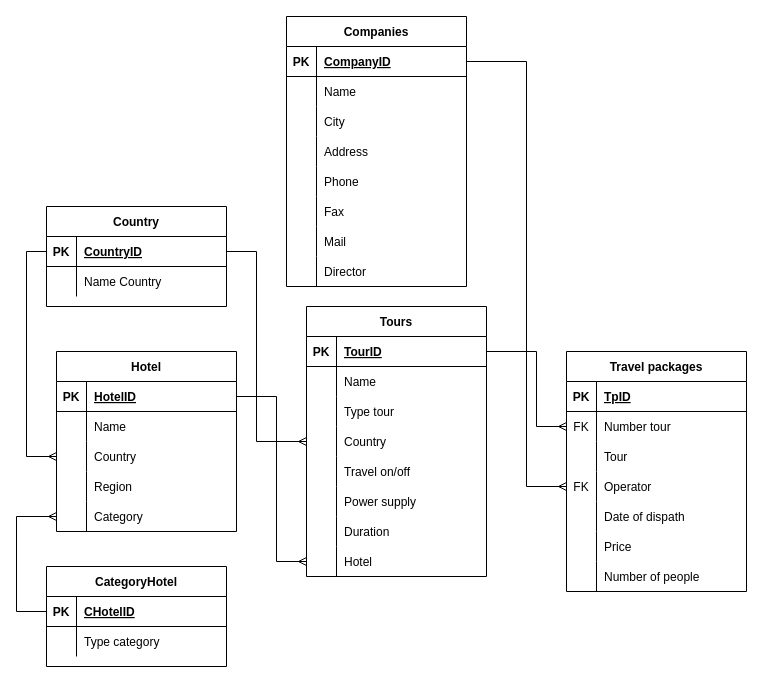
Above: page "Страница 1" (1 of 2) of er1.drawio in kpirap18/BMSTU-DB-sem5 (draw.io), before the change. Source tidied: cells renumbered, new cells numbered last; positions are measured from the earlier drawing's top-left corner, leaving out a move shared by most shapes. Both pictures are drawn from the tidied source at 100%, with x=0, y=0 at pixel (16, 16).
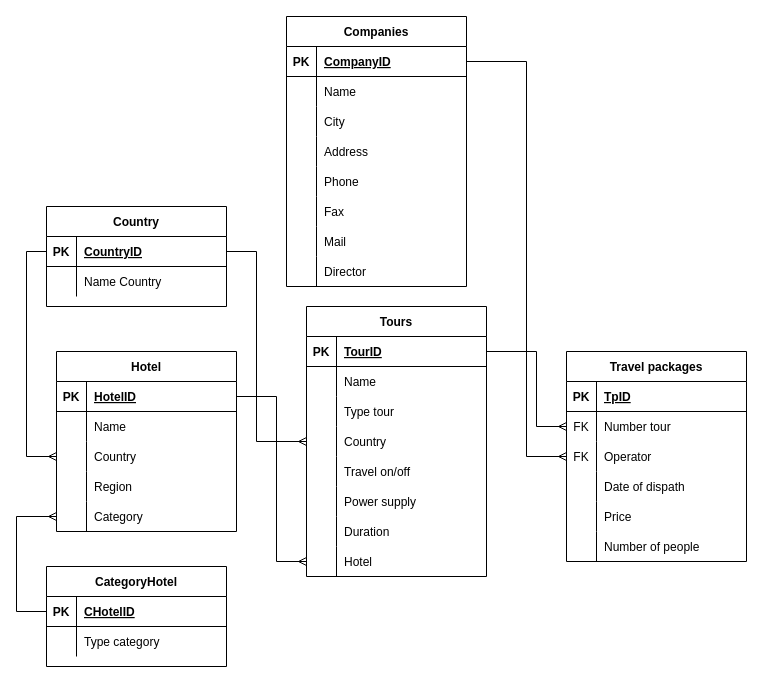
The same page after the edit.

The change refers to these unchanged cells:
```xml
<mxCell id="66" style="shape=partialRectangle;fillColor=none;top=0;left=0;bottom=1;right=0;points=[[0,0.5],[1,0.5]];portConstraint=eastwest;" parent="65" vertex="1">
  <mxGeometry y="30" width="180" height="30" as="geometry" />
</mxCell>
```

What changed in the source:
```diff
@@
     <mxCell id="43" value="Travel packages" style="shape=table;startSize=30;childLayout=tableLayout;rowLines=0;fontStyle=1;align=center;" parent="1" vertex="1">
-      <mxGeometry x="550" y="335" width="180" height="240" as="geometry" />
+      <mxGeometry x="550" y="335" width="180" height="210" as="geometry" />
     </mxCell>
@@
-    <mxCell id="50" style="shape=partialRectangle;fillColor=none;top=0;left=0;bottom=0;right=0;" parent="43" vertex="1">
-      <mxGeometry y="90" width="180" height="30" as="geometry" />
-    </mxCell>
-    <mxCell id="51" style="shape=partialRectangle;fillColor=none;top=0;left=0;bottom=0;right=0;overflow=hidden;" parent="50" vertex="1">
-      <mxGeometry width="30" height="30" as="geometry" />
-    </mxCell>
-    <mxCell id="52" value="Tour" style="shape=partialRectangle;fillColor=none;top=0;left=0;bottom=0;right=0;align=left;spacingLeft=6;overflow=hidden;" parent="50" vertex="1">
-      <mxGeometry x="30" width="150" height="30" as="geometry" />
-    </mxCell>
     <mxCell id="53" style="shape=partialRectangle;fillColor=none;top=0;left=0;bottom=0;right=0;points=[[0,0.5],[1,0.5]];portConstraint=eastwest;" parent="43" vertex="1">
-      <mxGeometry y="120" width="180" height="30" as="geometry" />
+      <mxGeometry y="90" width="180" height="30" as="geometry" />
     </mxCell>
@@
     <mxCell id="56" style="shape=partialRectangle;fillColor=none;top=0;left=0;bottom=0;right=0;" parent="43" vertex="1">
-      <mxGeometry y="150" width="180" height="30" as="geometry" />
+      <mxGeometry y="120" width="180" height="30" as="geometry" />
     </mxCell>
@@
     <mxCell id="59" style="shape=partialRectangle;fillColor=none;top=0;left=0;bottom=0;right=0;" parent="43" vertex="1">
-      <mxGeometry y="180" width="180" height="30" as="geometry" />
+      <mxGeometry y="150" width="180" height="30" as="geometry" />
     </mxCell>
@@
     <mxCell id="62" style="shape=partialRectangle;fillColor=none;top=0;left=0;bottom=0;right=0;" parent="43" vertex="1">
-      <mxGeometry y="210" width="180" height="30" as="geometry" />
+      <mxGeometry y="180" width="180" height="30" as="geometry" />
     </mxCell>
@@
     <mxCell id="91" style="edgeStyle=orthogonalEdgeStyle;rounded=0;jettySize=auto;html=1;exitX=1;exitY=0.5;exitDx=0;exitDy=0;endArrow=ERmany;endFill=0;entryX=0;entryY=0.5;entryDx=0;entryDy=0;" parent="1" edge="1" source="66" target="53">
       <mxGeometry relative="1" as="geometry">
         <Array as="points">
           <mxPoint x="510" y="45" />
-          <mxPoint x="510" y="470" />
+          <mxPoint x="510" y="440" />
         </Array>
       </mxGeometry>
     </mxCell>
```
